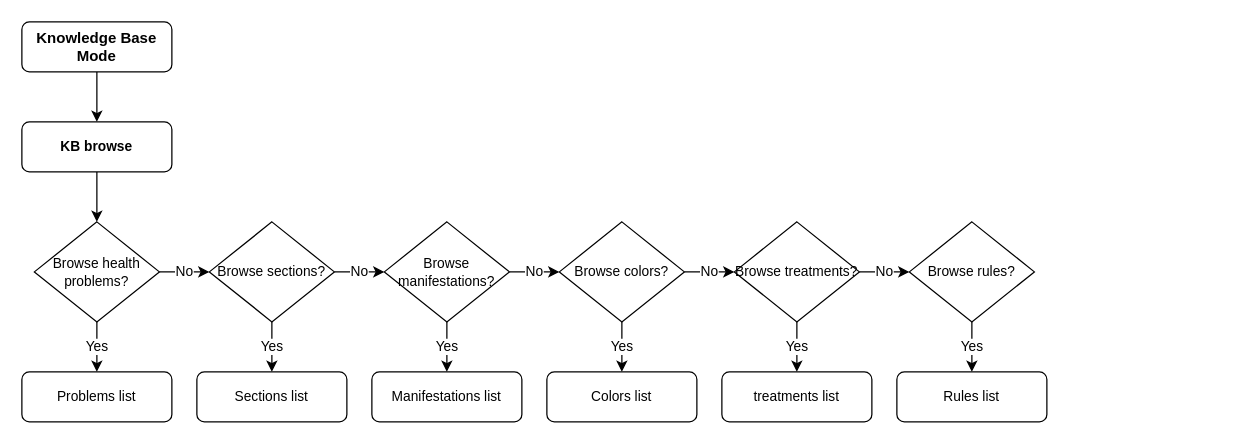
Before: docs/kb_mode_rules.drawio in francescoperagine/GreMaES, a draw.io diagram. Source tidied: cells renumbered, new cells numbered last; positions are measured from the earlier drawing's top-left corner, leaving out a move shared by most shapes. Both pictures are drawn from the tidied source at 125%, with x=0, y=0 at pixel (21, 21).
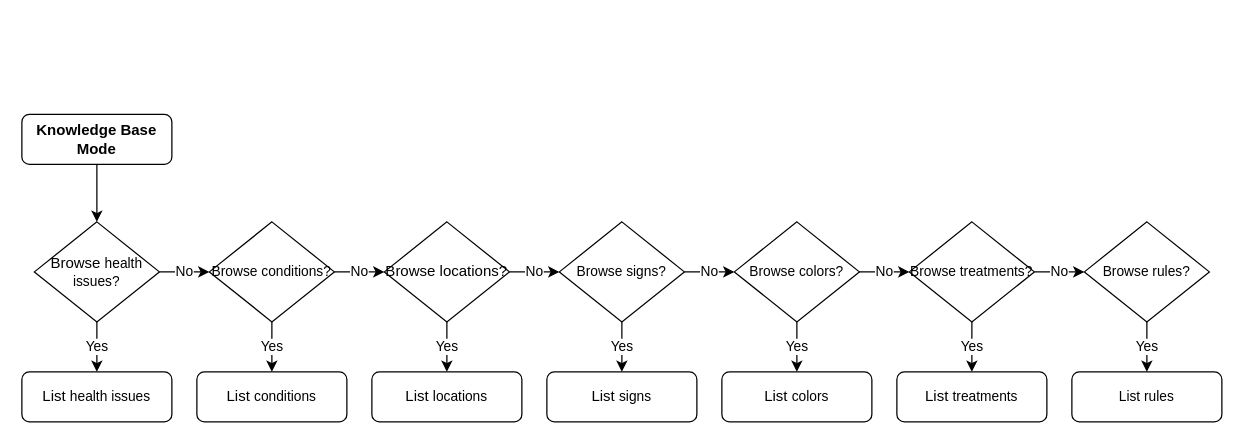
Above is the later version.

Commit message (it also covers changes not shown here):
refactoring, diagram updates

Diff of the diagram source:
```diff
@@
-    <mxCell id="2" style="edgeStyle=orthogonalEdgeStyle;rounded=0;jettySize=auto;html=1;" parent="1" edge="1" source="3" target="28">
+    <mxCell id="2" style="edgeStyle=orthogonalEdgeStyle;rounded=0;jettySize=auto;html=1;" parent="1" edge="1" source="25" target="28">
       <mxGeometry relative="1" as="geometry" />
     </mxCell>
-    <mxCell id="3" value="&lt;span style=&quot;font-size: 11px;&quot;&gt;KB browse&lt;br&gt;&lt;/span&gt;" style="rounded=1;whiteSpace=wrap;html=1;fontSize=12;glass=0;strokeWidth=1;shadow=0;fontStyle=1;labelBackgroundColor=default;labelBorderColor=none;" parent="1" vertex="1">
-      <mxGeometry y="80" width="120" height="40" as="geometry" />
-    </mxCell>
@@
-    <mxCell id="6" value="&lt;span style=&quot;font-size: 11px;&quot;&gt;Browse sections?&lt;/span&gt;" style="rhombus;whiteSpace=wrap;html=1;" parent="1" vertex="1">
+    <mxCell id="6" value="&lt;span style=&quot;font-size: 11px;&quot;&gt;Browse conditions?&lt;/span&gt;" style="rhombus;whiteSpace=wrap;html=1;" parent="1" vertex="1">
       <mxGeometry x="150" y="160" width="100" height="80" as="geometry" />
     </mxCell>
@@
-    <mxCell id="9" value="&lt;span style=&quot;font-size: 11px;&quot;&gt;Browse manifestations?&lt;/span&gt;" style="rhombus;whiteSpace=wrap;html=1;" parent="1" vertex="1">
+    <mxCell id="9" value="Browse locations?" style="rhombus;whiteSpace=wrap;html=1;" parent="1" vertex="1">
       <mxGeometry x="290" y="160" width="100" height="80" as="geometry" />
     </mxCell>
@@
-    <mxCell id="11" value="No" style="edgeStyle=orthogonalEdgeStyle;rounded=0;jettySize=auto;html=1;" parent="1" edge="1" source="12" target="19">
+    <mxCell id="11" value="No" style="edgeStyle=orthogonalEdgeStyle;rounded=0;jettySize=auto;html=1;entryX=0;entryY=0.5;entryDx=0;entryDy=0;" parent="1" edge="1" source="12" target="30">
       <mxGeometry relative="1" as="geometry" />
     </mxCell>
-    <mxCell id="12" value="&lt;span style=&quot;font-size: 11px;&quot;&gt;Browse colors?&lt;/span&gt;" style="rhombus;whiteSpace=wrap;html=1;" parent="1" vertex="1">
+    <mxCell id="12" value="&lt;span style=&quot;font-size: 11px;&quot;&gt;Browse signs?&lt;/span&gt;" style="rhombus;whiteSpace=wrap;html=1;" parent="1" vertex="1">
       <mxGeometry x="430" y="160" width="100" height="80" as="geometry" />
     </mxCell>
-    <mxCell id="13" value="&lt;span style=&quot;font-size: 11px;&quot;&gt;Problems list&lt;br&gt;&lt;/span&gt;" style="rounded=1;whiteSpace=wrap;html=1;fontSize=12;glass=0;strokeWidth=1;shadow=0;fontStyle=0;labelBackgroundColor=default;labelBorderColor=none;" parent="1" vertex="1">
+    <mxCell id="13" value="List&amp;nbsp;&lt;span style=&quot;font-size: 11px;&quot;&gt;health issues&lt;br&gt;&lt;/span&gt;" style="rounded=1;whiteSpace=wrap;html=1;fontSize=12;glass=0;strokeWidth=1;shadow=0;fontStyle=0;labelBackgroundColor=default;labelBorderColor=none;" parent="1" vertex="1">
       <mxGeometry y="280" width="120" height="40" as="geometry" />
     </mxCell>
-    <mxCell id="14" value="&lt;span style=&quot;font-size: 11px;&quot;&gt;Sections list&lt;br&gt;&lt;/span&gt;" style="rounded=1;whiteSpace=wrap;html=1;fontSize=12;glass=0;strokeWidth=1;shadow=0;fontStyle=0;labelBackgroundColor=default;labelBorderColor=none;" parent="1" vertex="1">
+    <mxCell id="14" value="List&amp;nbsp;&lt;span style=&quot;font-size: 11px;&quot;&gt;conditions&lt;br&gt;&lt;/span&gt;" style="rounded=1;whiteSpace=wrap;html=1;fontSize=12;glass=0;strokeWidth=1;shadow=0;fontStyle=0;labelBackgroundColor=default;labelBorderColor=none;" parent="1" vertex="1">
       <mxGeometry x="140" y="280" width="120" height="40" as="geometry" />
     </mxCell>
-    <mxCell id="15" value="&lt;span style=&quot;font-size: 11px;&quot;&gt;Manifestations list&lt;br&gt;&lt;/span&gt;" style="rounded=1;whiteSpace=wrap;html=1;fontSize=12;glass=0;strokeWidth=1;shadow=0;fontStyle=0;labelBackgroundColor=default;labelBorderColor=none;" parent="1" vertex="1">
+    <mxCell id="15" value="List&amp;nbsp;&lt;span style=&quot;font-size: 11px;&quot;&gt;locations&lt;br&gt;&lt;/span&gt;" style="rounded=1;whiteSpace=wrap;html=1;fontSize=12;glass=0;strokeWidth=1;shadow=0;fontStyle=0;labelBackgroundColor=default;labelBorderColor=none;" parent="1" vertex="1">
       <mxGeometry x="280" y="280" width="120" height="40" as="geometry" />
     </mxCell>
-    <mxCell id="16" value="&lt;span style=&quot;font-size: 11px;&quot;&gt;Colors list&lt;br&gt;&lt;/span&gt;" style="rounded=1;whiteSpace=wrap;html=1;fontSize=12;glass=0;strokeWidth=1;shadow=0;fontStyle=0;labelBackgroundColor=default;labelBorderColor=none;" parent="1" vertex="1">
+    <mxCell id="16" value="List&amp;nbsp;&lt;span style=&quot;font-size: 11px;&quot;&gt;signs&lt;br&gt;&lt;/span&gt;" style="rounded=1;whiteSpace=wrap;html=1;fontSize=12;glass=0;strokeWidth=1;shadow=0;fontStyle=0;labelBackgroundColor=default;labelBorderColor=none;" parent="1" vertex="1">
       <mxGeometry x="420" y="280" width="120" height="40" as="geometry" />
     </mxCell>
@@
     <mxCell id="19" value="&lt;span style=&quot;font-size: 11px;&quot;&gt;Browse treatments?&lt;/span&gt;" style="rhombus;whiteSpace=wrap;html=1;" parent="1" vertex="1">
-      <mxGeometry x="570" y="160" width="100" height="80" as="geometry" />
+      <mxGeometry x="710" y="160" width="100" height="80" as="geometry" />
     </mxCell>
-    <mxCell id="20" value="&lt;span style=&quot;font-size: 11px;&quot;&gt;treatments list&lt;br&gt;&lt;/span&gt;" style="rounded=1;whiteSpace=wrap;html=1;fontSize=12;glass=0;strokeWidth=1;shadow=0;fontStyle=0;labelBackgroundColor=default;labelBorderColor=none;" parent="1" vertex="1">
-      <mxGeometry x="560" y="280" width="120" height="40" as="geometry" />
+    <mxCell id="20" value="List&amp;nbsp;&lt;span style=&quot;font-size: 11px;&quot;&gt;treatments&lt;br&gt;&lt;/span&gt;" style="rounded=1;whiteSpace=wrap;html=1;fontSize=12;glass=0;strokeWidth=1;shadow=0;fontStyle=0;labelBackgroundColor=default;labelBorderColor=none;" parent="1" vertex="1">
+      <mxGeometry x="700" y="280" width="120" height="40" as="geometry" />
     </mxCell>
@@
     <mxCell id="22" value="&lt;span style=&quot;font-size: 11px;&quot;&gt;Browse rules?&lt;/span&gt;" style="rhombus;whiteSpace=wrap;html=1;" parent="1" vertex="1">
-      <mxGeometry x="710" y="160" width="100" height="80" as="geometry" />
+      <mxGeometry x="850" y="160" width="100" height="80" as="geometry" />
     </mxCell>
-    <mxCell id="23" value="&lt;span style=&quot;font-size: 11px;&quot;&gt;Rules list&lt;br&gt;&lt;/span&gt;" style="rounded=1;whiteSpace=wrap;html=1;fontSize=12;glass=0;strokeWidth=1;shadow=0;fontStyle=0;labelBackgroundColor=default;labelBorderColor=none;" parent="1" vertex="1">
-      <mxGeometry x="700" y="280" width="120" height="40" as="geometry" />
+    <mxCell id="23" value="&lt;span style=&quot;font-size: 11px;&quot;&gt;List rules&lt;br&gt;&lt;/span&gt;" style="rounded=1;whiteSpace=wrap;html=1;fontSize=12;glass=0;strokeWidth=1;shadow=0;fontStyle=0;labelBackgroundColor=default;labelBorderColor=none;" parent="1" vertex="1">
+      <mxGeometry x="840" y="280" width="120" height="40" as="geometry" />
     </mxCell>
-    <mxCell id="24" style="edgeStyle=orthogonalEdgeStyle;rounded=0;jettySize=auto;html=1;" parent="1" edge="1" source="25" target="3">
-      <mxGeometry relative="1" as="geometry" />
-    </mxCell>
     <mxCell id="25" value="Knowledge Base Mode" style="rounded=1;whiteSpace=wrap;html=1;fontSize=12;glass=0;strokeWidth=1;shadow=0;fontStyle=1;" parent="1" vertex="1">
-      <mxGeometry width="120" height="40" as="geometry" />
+      <mxGeometry y="74" width="120" height="40" as="geometry" />
     </mxCell>
@@
-    <mxCell id="28" value="&lt;span style=&quot;font-size: 11px;&quot;&gt;Browse health problems?&lt;/span&gt;" style="rhombus;whiteSpace=wrap;html=1;" parent="1" vertex="1">
+    <mxCell id="28" value="Browse&amp;nbsp;&lt;span style=&quot;font-size: 11px;&quot;&gt;health issues?&lt;/span&gt;" style="rhombus;whiteSpace=wrap;html=1;" parent="1" vertex="1">
       <mxGeometry x="10" y="160" width="100" height="80" as="geometry" />
     </mxCell>
+    <mxCell id="29" value="Yes" style="edgeStyle=orthogonalEdgeStyle;rounded=0;jettySize=auto;html=1;" parent="1" edge="1" source="30" target="31">
+      <mxGeometry relative="1" as="geometry" />
+    </mxCell>
+    <mxCell id="30" value="&lt;span style=&quot;font-size: 11px;&quot;&gt;Browse colors?&lt;/span&gt;" style="rhombus;whiteSpace=wrap;html=1;" parent="1" vertex="1">
+      <mxGeometry x="570" y="160" width="100" height="80" as="geometry" />
+    </mxCell>
+    <mxCell id="31" value="List&amp;nbsp;&lt;span style=&quot;font-size: 11px;&quot;&gt;colors&lt;br&gt;&lt;/span&gt;" style="rounded=1;whiteSpace=wrap;html=1;fontSize=12;glass=0;strokeWidth=1;shadow=0;fontStyle=0;labelBackgroundColor=default;labelBorderColor=none;" parent="1" vertex="1">
+      <mxGeometry x="560" y="280" width="120" height="40" as="geometry" />
+    </mxCell>
+    <mxCell id="32" value="No" style="edgeStyle=orthogonalEdgeStyle;rounded=0;jettySize=auto;html=1;" parent="1" edge="1" source="30" target="19">
+      <mxGeometry relative="1" as="geometry" />
+    </mxCell>
```
